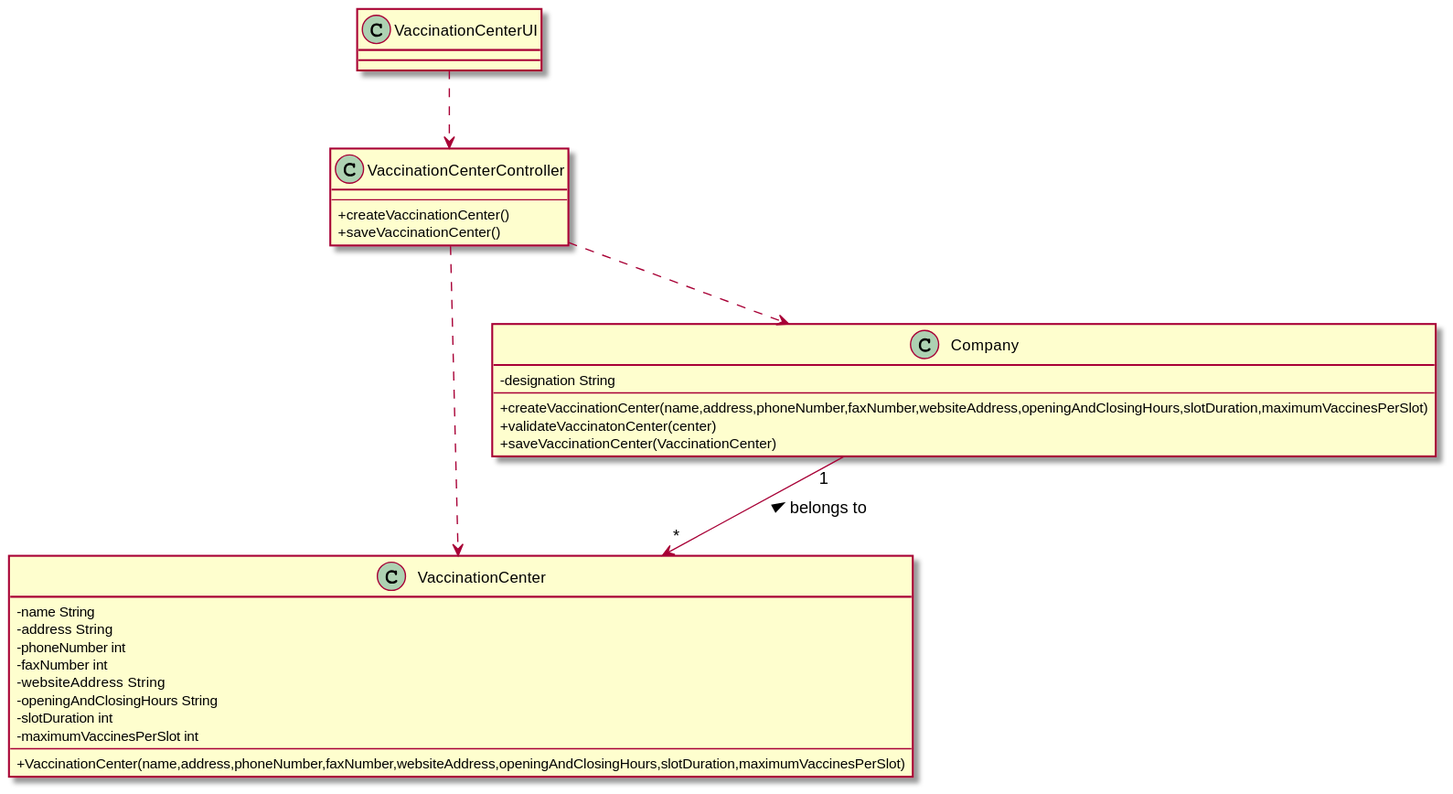
miseEnPlace-i/lapr2 keeps this PlantUML diagram as docs/SprintB/US09/CD/US09_CD.svg. Above is the earlier version.
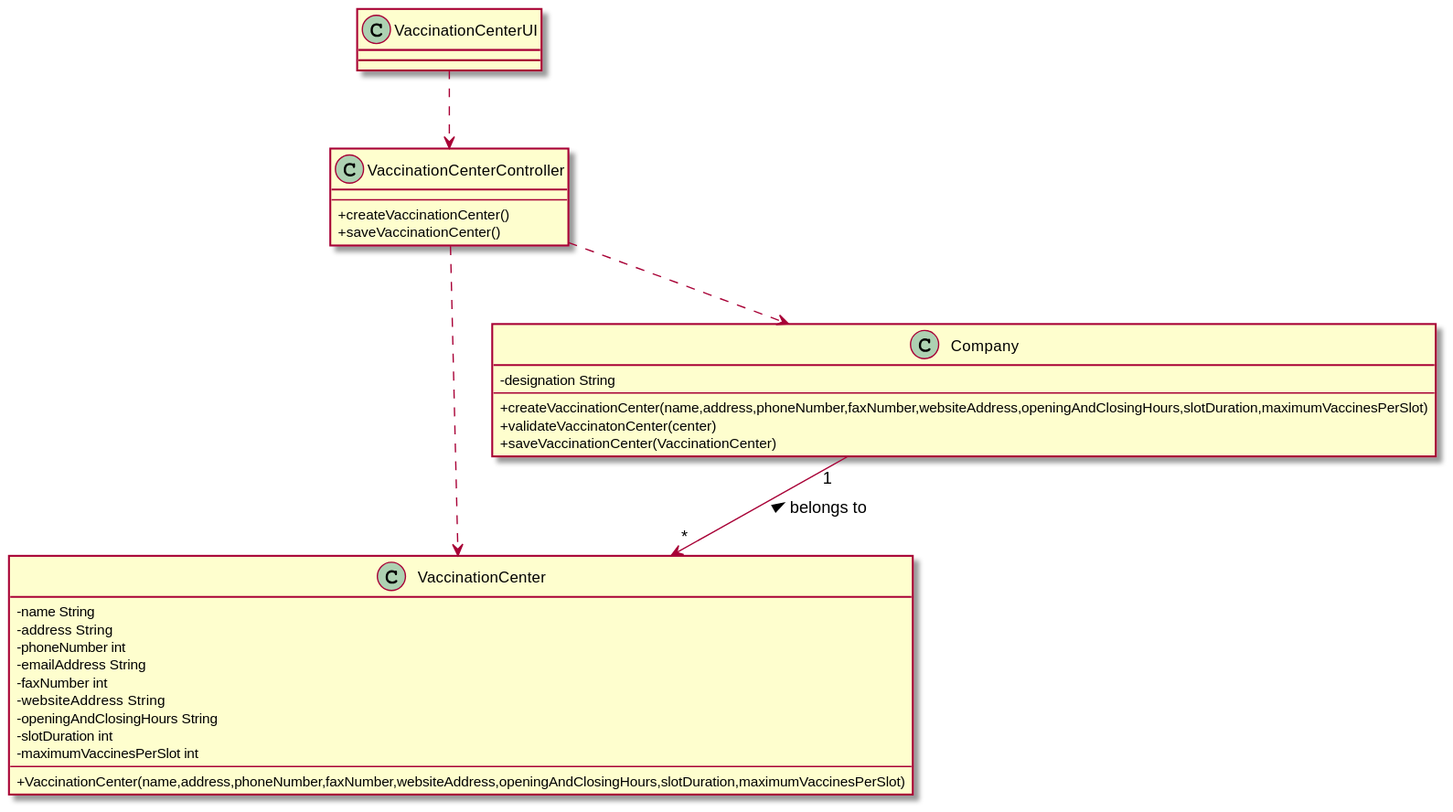
After the commit.

The edit, as a diff of the source:
```diff
@@ -5,6 +5,7 @@
   - name String
   - address String
   - phoneNumber int
+  - emailAddress String
   - faxNumber int
   - websiteAddress String
   - openingAndClosingHours String
```
